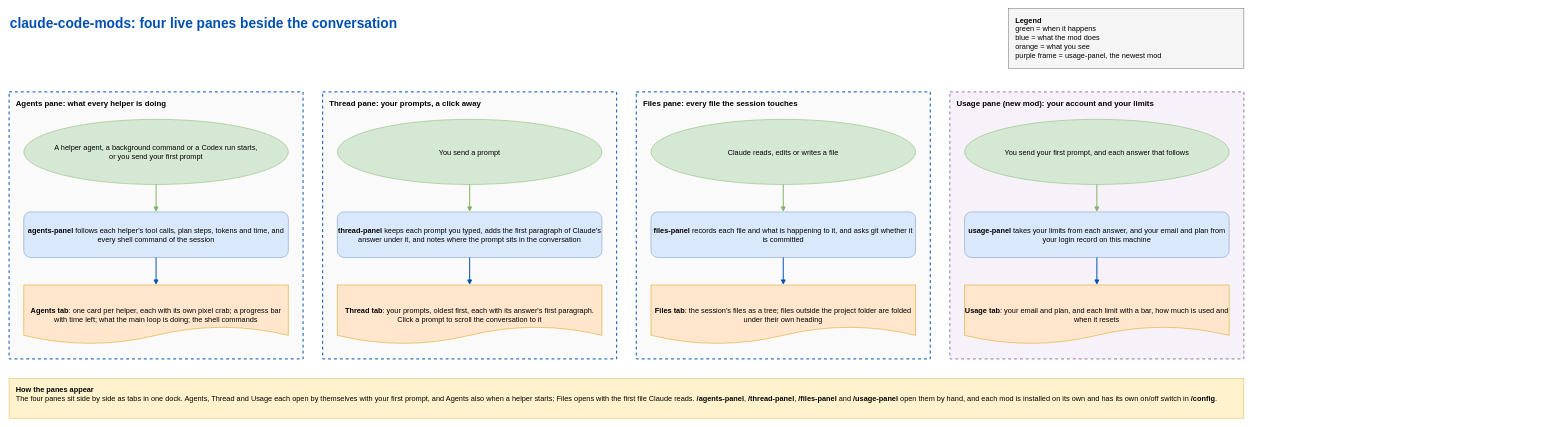
Above: docs/mods-flow.drawio in eranw2000/claude-code-mods (draw.io), before the change. Source tidied: cells renumbered, new cells numbered last; positions are measured from the earlier drawing's top-left corner, leaving out a move shared by most shapes. Both pictures are drawn from the tidied source at 49%, with x=0, y=0 at pixel (9, 8).
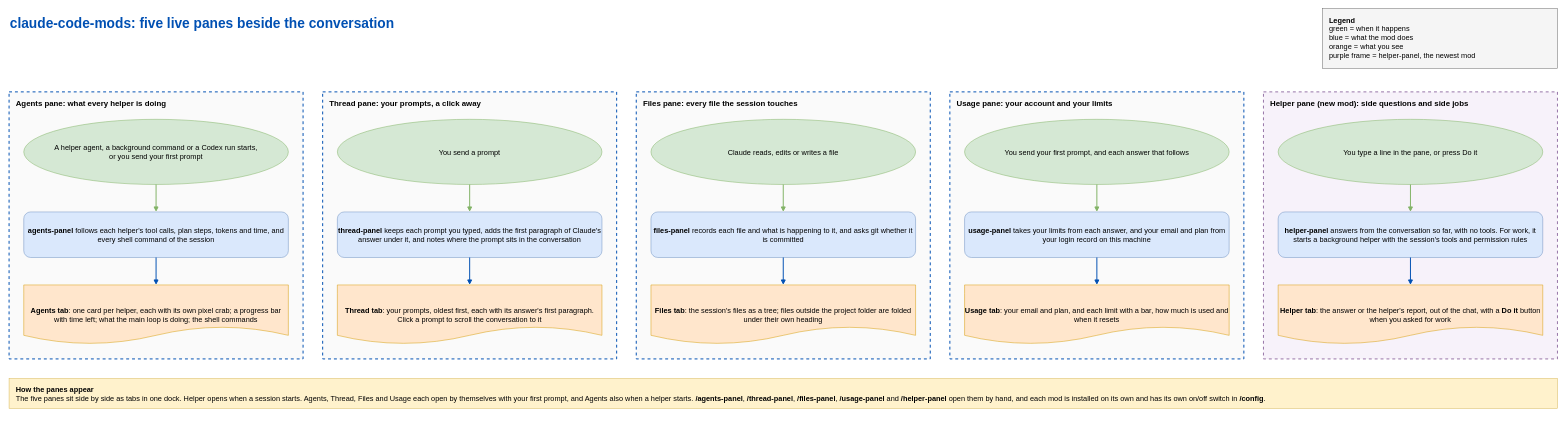
After the change.

Commit message (it also covers changes not shown here):
helper-panel: a side box that answers questions and does work (#8)

Diff of the diagram source:
```diff
@@
-    <mxCell id="2" value="claude-code-mods: four live panes beside the conversation" style="text;whiteSpace=wrap;fontSize=28;fontStyle=1;fontColor=#0050b3;align=left;verticalAlign=middle;strokeColor=none;fillColor=none;html=1;" parent="1" vertex="1">
-      <mxGeometry width="2000" height="60" as="geometry" />
+    <mxCell id="2" value="claude-code-mods: five live panes beside the conversation" style="text;whiteSpace=wrap;fontSize=28;fontStyle=1;fontColor=#0050b3;align=left;verticalAlign=middle;strokeColor=none;fillColor=none;html=1;" parent="1" vertex="1">
+      <mxGeometry width="2640" height="60" as="geometry" />
     </mxCell>
-    <mxCell id="3" value="&lt;b&gt;Legend&lt;/b&gt;&lt;br&gt;green = when it happens&lt;br&gt;blue = what the mod does&lt;br&gt;orange = what you see&lt;br&gt;purple frame = usage-panel, the newest mod" style="rounded=0;fillColor=#f5f5f5;strokeColor=#666666;whiteSpace=wrap;align=left;verticalAlign=top;spacingLeft=12;spacingTop=8;fontSize=15;html=1;" parent="1" vertex="1">
-      <mxGeometry x="2040" width="480" height="122" as="geometry" />
+    <mxCell id="3" value="&lt;b&gt;Legend&lt;/b&gt;&lt;br&gt;green = when it happens&lt;br&gt;blue = what the mod does&lt;br&gt;orange = what you see&lt;br&gt;purple frame = helper-panel, the newest mod" style="rounded=0;fillColor=#f5f5f5;strokeColor=#666666;whiteSpace=wrap;align=left;verticalAlign=top;spacingLeft=12;spacingTop=8;fontSize=15;html=1;" parent="1" vertex="1">
+      <mxGeometry x="2680" width="480" height="122" as="geometry" />
     </mxCell>
@@
-    <mxCell id="16" value="Usage pane (new mod): your account and your limits" style="rounded=0;fillColor=#f7f2fa;strokeColor=#9673a6;fontStyle=1;verticalAlign=top;align=left;spacingLeft=12;spacingTop=8;dashed=1;strokeWidth=2;whiteSpace=wrap;fontSize=16;html=1;" parent="1" vertex="1">
+    <mxCell id="16" value="Usage pane: your account and your limits" style="rounded=0;fillColor=#fafafa;strokeColor=#0050b3;fontStyle=1;verticalAlign=top;align=left;spacingLeft=12;spacingTop=8;dashed=1;strokeWidth=2;whiteSpace=wrap;fontSize=16;html=1;" parent="1" vertex="1">
       <mxGeometry x="1920" y="170" width="600" height="545" as="geometry" />
     </mxCell>
@@
+    <mxCell id="29" value="Helper pane (new mod): side questions and side jobs" style="rounded=0;fillColor=#f7f2fa;strokeColor=#9673a6;fontStyle=1;verticalAlign=top;align=left;spacingLeft=12;spacingTop=8;dashed=1;strokeWidth=2;whiteSpace=wrap;fontSize=16;html=1;" parent="1" vertex="1">
+      <mxGeometry x="2560" y="170" width="600" height="545" as="geometry" />
+    </mxCell>
+    <mxCell id="30" value="You type a line in the pane, or press Do it" style="ellipse;fillColor=#d5e8d4;strokeColor=#82b366;whiteSpace=wrap;fontSize=15;spacingLeft=60;spacingRight=60;html=1;" parent="29" vertex="1">
+      <mxGeometry x="30" y="56" width="540" height="133" as="geometry" />
+    </mxCell>
+    <mxCell id="31" value="&lt;b&gt;helper-panel&lt;/b&gt; answers from the conversation so far, with no tools. For work, it starts a background helper with the session's tools and permission rules" style="rounded=1;fillColor=#dae8fc;strokeColor=#6c8ebf;whiteSpace=wrap;fontSize=15;html=1;" parent="29" vertex="1">
+      <mxGeometry x="30" y="245" width="540" height="93" as="geometry" />
+    </mxCell>
+    <mxCell id="32" value="&lt;b&gt;Helper tab&lt;/b&gt;: the answer or the helper's report, out of the chat, with a &lt;b&gt;Do it&lt;/b&gt; button when you asked for work" style="shape=document;fillColor=#ffe6cc;strokeColor=#d79b00;whiteSpace=wrap;fontSize=15;html=1;" parent="29" vertex="1">
+      <mxGeometry x="30" y="394" width="540" height="121" as="geometry" />
+    </mxCell>
-    <mxCell id="20" value="&lt;b&gt;How the panes appear&lt;/b&gt;&lt;br&gt;The four panes sit side by side as tabs in one dock. Agents, Thread and Usage each open by themselves with your first prompt, and Agents also when a helper starts; Files opens with the first file Claude reads. &lt;b&gt;/agents-panel&lt;/b&gt;, &lt;b&gt;/thread-panel&lt;/b&gt;, &lt;b&gt;/files-panel&lt;/b&gt; and &lt;b&gt;/usage-panel&lt;/b&gt; open them by hand, and each mod is installed on its own and has its own on/off switch in &lt;b&gt;/config&lt;/b&gt;." style="rounded=0;fillColor=#fff2cc;strokeColor=#d6b656;whiteSpace=wrap;align=left;verticalAlign=top;spacingLeft=12;spacingTop=8;fontSize=15;html=1;" parent="1" vertex="1">
-      <mxGeometry y="755" width="2520" height="81" as="geometry" />
+    <mxCell id="20" value="&lt;b&gt;How the panes appear&lt;/b&gt;&lt;br&gt;The five panes sit side by side as tabs in one dock. Helper opens when a session starts. Agents, Thread, Files and Usage each open by themselves with your first prompt, and Agents also when a helper starts. &lt;b&gt;/agents-panel&lt;/b&gt;, &lt;b&gt;/thread-panel&lt;/b&gt;, &lt;b&gt;/files-panel&lt;/b&gt;, &lt;b&gt;/usage-panel&lt;/b&gt; and &lt;b&gt;/helper-panel&lt;/b&gt; open them by hand, and each mod is installed on its own and has its own on/off switch in &lt;b&gt;/config&lt;/b&gt;." style="rounded=0;fillColor=#fff2cc;strokeColor=#d6b656;whiteSpace=wrap;align=left;verticalAlign=top;spacingLeft=12;spacingTop=8;fontSize=15;html=1;" parent="1" vertex="1">
+      <mxGeometry y="755" width="3160" height="61" as="geometry" />
     </mxCell>
@@
+    <mxCell id="33" style="edgeStyle=orthogonalEdgeStyle;rounded=0;html=1;endArrow=block;endFill=1;strokeWidth=2;strokeColor=#82b366;exitX=0.5;exitY=1;exitDx=0;exitDy=0;" parent="1" edge="1" source="30" target="31">
+      <mxGeometry relative="1" as="geometry" />
+    </mxCell>
+    <mxCell id="34" style="edgeStyle=orthogonalEdgeStyle;rounded=0;html=1;endArrow=block;endFill=1;strokeWidth=2;strokeColor=#0050b3;exitX=0.5;exitY=1;exitDx=0;exitDy=0;" parent="1" edge="1" source="31" target="32">
+      <mxGeometry relative="1" as="geometry" />
+    </mxCell>
```
